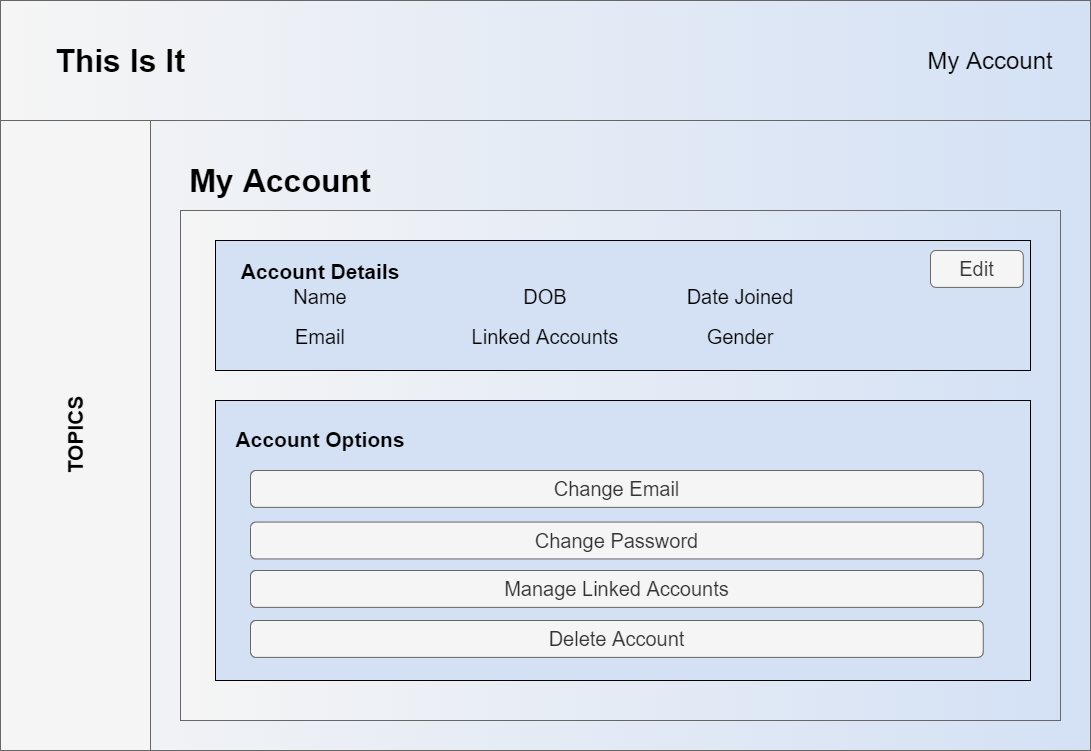
This is Documents/Storyboard/Storyboard-My Account.png from EvanWard29/COMP3006-NewsletterService, a draw.io export, as it was before one commit. Source tidied: cells renumbered, new cells last; positions are measured from the earlier drawing's top-left corner, leaving out a move shared by most shapes.
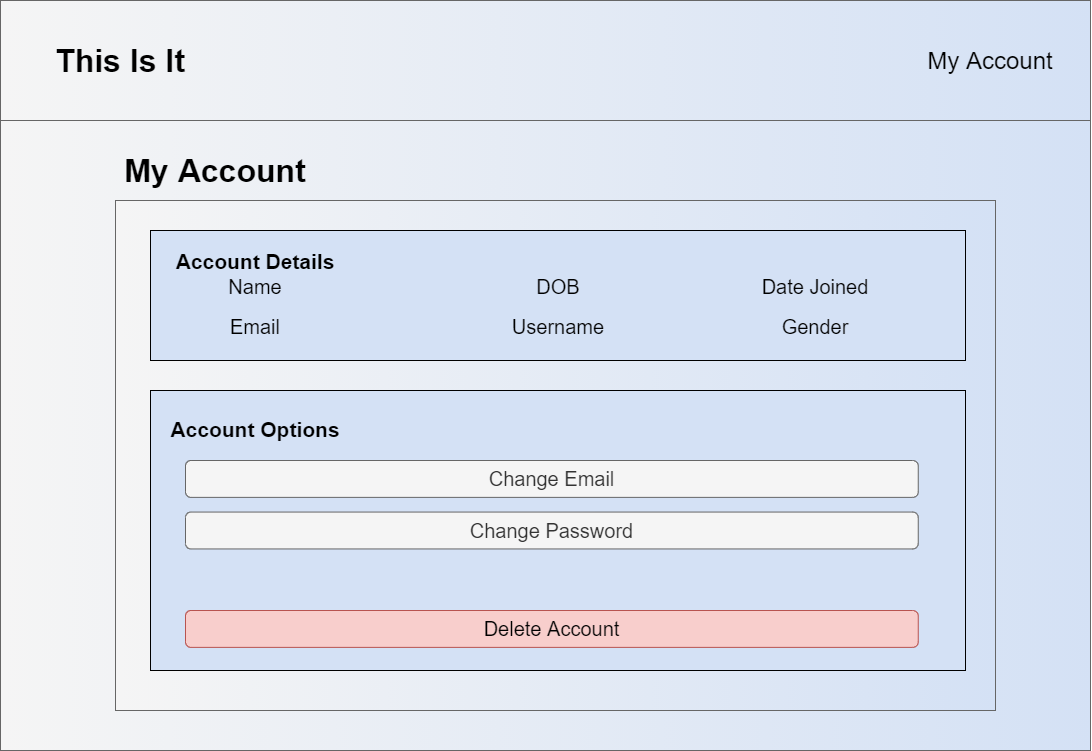
After the change.

What changed in the source:
```diff
@@ -8,68 +8,59 @@
     <mxCell id="3" style="rounded=0;whiteSpace=wrap;html=1;fontSize=32;gradientDirection=east;fillColor=#f5f5f5;strokeColor=#666666;fontColor=#333333;gradientColor=#D4E1F5;" parent="1" vertex="1">
       <mxGeometry width="1090" height="120" as="geometry" />
     </mxCell>
-    <mxCell id="4" style="rounded=0;whiteSpace=wrap;html=1;fillColor=#f5f5f5;strokeColor=#666666;fontColor=#333333;" parent="1" vertex="1">
-      <mxGeometry y="120" width="150" height="630" as="geometry" />
-    </mxCell>
-    <mxCell id="5" value="TOPICS" style="text;html=1;strokeColor=none;fillColor=none;align=center;verticalAlign=middle;whiteSpace=wrap;rounded=0;rotation=-90;fontSize=21;fontStyle=1;" parent="1" vertex="1">
-      <mxGeometry x="22.5" y="418.8" width="105" height="32.5" as="geometry" />
-    </mxCell>
     <mxCell id="6" value="This Is It" style="text;html=1;strokeColor=none;fillColor=none;align=center;verticalAlign=middle;rounded=0;fontSize=32;fontStyle=1;glass=0;shadow=0;sketch=0;labelBorderColor=none;labelBackgroundColor=none;whiteSpace=wrap;" parent="1" vertex="1">
       <mxGeometry x="40" y="50" width="160" height="20" as="geometry" />
     </mxCell>
     <mxCell id="7" value="My Account" style="text;html=1;strokeColor=none;fillColor=none;align=center;verticalAlign=middle;whiteSpace=wrap;rounded=0;shadow=0;glass=0;labelBackgroundColor=none;sketch=0;fontSize=24;" parent="1" vertex="1">
       <mxGeometry x="900" y="37.5" width="180" height="45" as="geometry" />
     </mxCell>
+    <mxCell id="25" style="group;" parent="1" vertex="1">
+      <mxGeometry x="115" y="150" width="880" height="560" as="geometry" />
+    </mxCell>
-    <mxCell id="8" value="My Account" style="text;html=1;strokeColor=none;fillColor=none;align=center;verticalAlign=middle;whiteSpace=wrap;rounded=0;shadow=0;glass=0;labelBackgroundColor=none;sketch=0;fontSize=32;fontStyle=1;" parent="1" vertex="1">
-      <mxGeometry x="180" y="160" width="200" height="40" as="geometry" />
+    <mxCell id="8" value="My Account" style="text;html=1;strokeColor=none;fillColor=none;align=center;verticalAlign=middle;whiteSpace=wrap;rounded=0;shadow=0;glass=0;labelBackgroundColor=none;sketch=0;fontSize=32;fontStyle=1;" parent="25" vertex="1">
+      <mxGeometry width="200" height="40" as="geometry" />
     </mxCell>
-    <mxCell id="9" style="rounded=0;whiteSpace=wrap;html=1;shadow=0;glass=0;labelBackgroundColor=none;sketch=0;fontSize=32;gradientDirection=east;fillColor=#f5f5f5;strokeColor=#666666;fontColor=#333333;gradientColor=#D4E1F5;" parent="1" vertex="1">
-      <mxGeometry x="180" y="210" width="880" height="510" as="geometry" />
+    <mxCell id="9" style="rounded=0;whiteSpace=wrap;html=1;shadow=0;glass=0;labelBackgroundColor=none;sketch=0;fontSize=32;gradientDirection=east;fillColor=#f5f5f5;strokeColor=#666666;fontColor=#333333;gradientColor=#D4E1F5;" parent="25" vertex="1">
+      <mxGeometry y="50" width="880" height="510" as="geometry" />
     </mxCell>
-    <mxCell id="10" style="rounded=0;whiteSpace=wrap;html=1;shadow=0;glass=0;labelBackgroundColor=none;sketch=0;fillColor=#D4E1F5;gradientColor=none;fontSize=32;" parent="1" vertex="1">
-      <mxGeometry x="215" y="240" width="815" height="130" as="geometry" />
+    <mxCell id="10" style="rounded=0;whiteSpace=wrap;html=1;shadow=0;glass=0;labelBackgroundColor=none;sketch=0;fillColor=#D4E1F5;gradientColor=none;fontSize=32;" parent="25" vertex="1">
+      <mxGeometry x="35" y="80" width="815" height="130" as="geometry" />
     </mxCell>
-    <mxCell id="11" value="Account Details" style="text;html=1;strokeColor=none;fillColor=none;align=center;verticalAlign=middle;whiteSpace=wrap;rounded=0;rotation=0;fontSize=21;fontStyle=1;" parent="1" vertex="1">
-      <mxGeometry x="230" y="250" width="180" height="41.2" as="geometry" />
+    <mxCell id="11" value="Account Details" style="text;html=1;strokeColor=none;fillColor=none;align=center;verticalAlign=middle;whiteSpace=wrap;rounded=0;rotation=0;fontSize=21;fontStyle=1;" parent="25" vertex="1">
+      <mxGeometry x="50" y="90" width="180" height="41.2" as="geometry" />
     </mxCell>
-    <mxCell id="12" style="rounded=0;whiteSpace=wrap;html=1;shadow=0;glass=0;labelBackgroundColor=none;sketch=0;fillColor=#D4E1F5;gradientColor=none;fontSize=32;" parent="1" vertex="1">
-      <mxGeometry x="215" y="400" width="815" height="280" as="geometry" />
+    <mxCell id="12" style="rounded=0;whiteSpace=wrap;html=1;shadow=0;glass=0;labelBackgroundColor=none;sketch=0;fillColor=#D4E1F5;gradientColor=none;fontSize=32;" parent="25" vertex="1">
+      <mxGeometry x="35" y="240" width="815" height="280" as="geometry" />
     </mxCell>
-    <mxCell id="13" value="Account Options" style="text;html=1;strokeColor=none;fillColor=none;align=center;verticalAlign=middle;whiteSpace=wrap;rounded=0;rotation=0;fontSize=21;fontStyle=1;" parent="1" vertex="1">
-      <mxGeometry x="230" y="418.8" width="180" height="41.2" as="geometry" />
+    <mxCell id="13" value="Account Options" style="text;html=1;strokeColor=none;fillColor=none;align=center;verticalAlign=middle;whiteSpace=wrap;rounded=0;rotation=0;fontSize=21;fontStyle=1;" parent="25" vertex="1">
+      <mxGeometry x="50" y="258.8" width="180" height="41.2" as="geometry" />
     </mxCell>
-    <mxCell id="14" value="Change Email" style="rounded=1;html=1;shadow=0;dashed=0;whiteSpace=wrap;fontSize=20;align=center;glass=0;labelBackgroundColor=none;sketch=0;fillColor=#f5f5f5;strokeColor=#666666;fontColor=#333333;" parent="1" vertex="1">
-      <mxGeometry x="250" y="470" width="732.8" height="36.9" as="geometry" />
+    <mxCell id="14" value="Change Email" style="rounded=1;html=1;shadow=0;dashed=0;whiteSpace=wrap;fontSize=20;align=center;glass=0;labelBackgroundColor=none;sketch=0;fillColor=#f5f5f5;strokeColor=#666666;fontColor=#333333;" parent="25" vertex="1">
+      <mxGeometry x="70" y="310" width="732.8" height="36.9" as="geometry" />
     </mxCell>
-    <mxCell id="15" value="Change Password" style="rounded=1;html=1;shadow=0;dashed=0;whiteSpace=wrap;fontSize=20;align=center;glass=0;labelBackgroundColor=none;sketch=0;fillColor=#f5f5f5;strokeColor=#666666;fontColor=#333333;" parent="1" vertex="1">
-      <mxGeometry x="250" y="521.6" width="732.8" height="36.9" as="geometry" />
+    <mxCell id="15" value="Change Password" style="rounded=1;html=1;shadow=0;dashed=0;whiteSpace=wrap;fontSize=20;align=center;glass=0;labelBackgroundColor=none;sketch=0;fillColor=#f5f5f5;strokeColor=#666666;fontColor=#333333;" parent="25" vertex="1">
+      <mxGeometry x="70" y="361.6" width="732.8" height="36.9" as="geometry" />
     </mxCell>
-    <mxCell id="16" value="Manage Linked Accounts" style="rounded=1;html=1;shadow=0;dashed=0;whiteSpace=wrap;fontSize=20;align=center;glass=0;labelBackgroundColor=none;sketch=0;fillColor=#f5f5f5;strokeColor=#666666;fontColor=#333333;" parent="1" vertex="1">
-      <mxGeometry x="250" y="570" width="732.8" height="36.9" as="geometry" />
-    </mxCell>
-    <mxCell id="17" value="Delete Account" style="rounded=1;html=1;shadow=0;dashed=0;whiteSpace=wrap;fontSize=20;align=center;glass=0;labelBackgroundColor=none;sketch=0;fillColor=#f5f5f5;strokeColor=#666666;fontColor=#333333;" parent="1" vertex="1">
-      <mxGeometry x="250" y="620" width="732.8" height="36.9" as="geometry" />
+    <mxCell id="17" value="Delete Account" style="rounded=1;html=1;shadow=0;dashed=0;whiteSpace=wrap;fontSize=20;align=center;glass=0;labelBackgroundColor=none;sketch=0;fillColor=#f8cecc;strokeColor=#b85450;" parent="25" vertex="1">
+      <mxGeometry x="70" y="460" width="732.8" height="36.9" as="geometry" />
     </mxCell>
-    <mxCell id="18" value="Name" style="text;html=1;strokeColor=none;fillColor=none;align=center;verticalAlign=middle;whiteSpace=wrap;rounded=0;shadow=0;glass=0;labelBackgroundColor=none;sketch=0;fontSize=20;" parent="1" vertex="1">
-      <mxGeometry x="240" y="280" width="160" height="31.2" as="geometry" />
+    <mxCell id="18" value="Name" style="text;html=1;strokeColor=none;fillColor=none;align=center;verticalAlign=middle;whiteSpace=wrap;rounded=0;shadow=0;glass=0;labelBackgroundColor=none;sketch=0;fontSize=20;" parent="25" vertex="1">
+      <mxGeometry x="60" y="120" width="160" height="31.2" as="geometry" />
     </mxCell>
-    <mxCell id="19" value="Email" style="text;html=1;strokeColor=none;fillColor=none;align=center;verticalAlign=middle;whiteSpace=wrap;rounded=0;shadow=0;glass=0;labelBackgroundColor=none;sketch=0;fontSize=20;" parent="1" vertex="1">
-      <mxGeometry x="240" y="320" width="160" height="31.2" as="geometry" />
+    <mxCell id="19" value="Email" style="text;html=1;strokeColor=none;fillColor=none;align=center;verticalAlign=middle;whiteSpace=wrap;rounded=0;shadow=0;glass=0;labelBackgroundColor=none;sketch=0;fontSize=20;" parent="25" vertex="1">
+      <mxGeometry x="60" y="160" width="160" height="31.2" as="geometry" />
     </mxCell>
-    <mxCell id="20" value="DOB" style="text;html=1;strokeColor=none;fillColor=none;align=center;verticalAlign=middle;whiteSpace=wrap;rounded=0;shadow=0;glass=0;labelBackgroundColor=none;sketch=0;fontSize=20;" parent="1" vertex="1">
-      <mxGeometry x="465" y="280" width="160" height="31.2" as="geometry" />
+    <mxCell id="20" value="DOB" style="text;html=1;strokeColor=none;fillColor=none;align=center;verticalAlign=middle;whiteSpace=wrap;rounded=0;shadow=0;glass=0;labelBackgroundColor=none;sketch=0;fontSize=20;" parent="25" vertex="1">
+      <mxGeometry x="362.5" y="120" width="160" height="31.2" as="geometry" />
     </mxCell>
-    <mxCell id="21" value="Linked Accounts" style="text;html=1;strokeColor=none;fillColor=none;align=center;verticalAlign=middle;whiteSpace=wrap;rounded=0;shadow=0;glass=0;labelBackgroundColor=none;sketch=0;fontSize=20;" parent="1" vertex="1">
-      <mxGeometry x="465" y="320" width="160" height="31.2" as="geometry" />
+    <mxCell id="21" value="Username" style="text;html=1;strokeColor=none;fillColor=none;align=center;verticalAlign=middle;whiteSpace=wrap;rounded=0;shadow=0;glass=0;labelBackgroundColor=none;sketch=0;fontSize=20;" parent="25" vertex="1">
+      <mxGeometry x="362.5" y="160" width="160" height="31.2" as="geometry" />
     </mxCell>
-    <mxCell id="22" value="Edit" style="rounded=1;html=1;shadow=0;dashed=0;whiteSpace=wrap;fontSize=20;align=center;glass=0;labelBackgroundColor=none;sketch=0;fillColor=#f5f5f5;strokeColor=#666666;fontColor=#333333;" parent="1" vertex="1">
-      <mxGeometry x="930" y="250" width="92.8" height="36.9" as="geometry" />
-    </mxCell>
-    <mxCell id="23" value="Date Joined" style="text;html=1;strokeColor=none;fillColor=none;align=center;verticalAlign=middle;whiteSpace=wrap;rounded=0;shadow=0;glass=0;labelBackgroundColor=none;sketch=0;fontSize=20;" parent="1" vertex="1">
-      <mxGeometry x="660" y="280" width="160" height="31.2" as="geometry" />
+    <mxCell id="23" value="Date Joined" style="text;html=1;strokeColor=none;fillColor=none;align=center;verticalAlign=middle;whiteSpace=wrap;rounded=0;shadow=0;glass=0;labelBackgroundColor=none;sketch=0;fontSize=20;" parent="25" vertex="1">
+      <mxGeometry x="620" y="120" width="160" height="31.2" as="geometry" />
     </mxCell>
-    <mxCell id="24" value="Gender" style="text;html=1;strokeColor=none;fillColor=none;align=center;verticalAlign=middle;whiteSpace=wrap;rounded=0;shadow=0;glass=0;labelBackgroundColor=none;sketch=0;fontSize=20;" parent="1" vertex="1">
-      <mxGeometry x="660" y="320" width="160" height="31.2" as="geometry" />
+    <mxCell id="24" value="Gender" style="text;html=1;strokeColor=none;fillColor=none;align=center;verticalAlign=middle;whiteSpace=wrap;rounded=0;shadow=0;glass=0;labelBackgroundColor=none;sketch=0;fontSize=20;" parent="25" vertex="1">
+      <mxGeometry x="620" y="160" width="160" height="31.2" as="geometry" />
     </mxCell>
   </root>
 </mxGraphModel>
```
